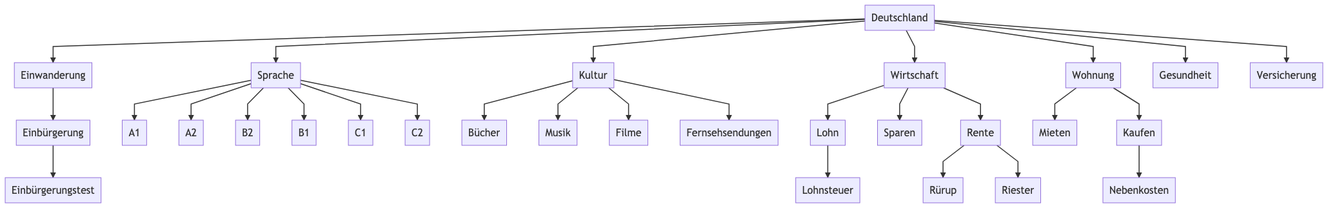
This is resources/graph.png from marceloboeira/deutschland, a Mermaid export, as it was before one commit. Its source is kept beside it as resources/graph.mmd. Source of this version:
```mermaid
graph TD
  De[Deutschland]
  De --> Ewd[Einwanderung]
    Ewd --> Ebg[Einbürgerung]
      Ebg --> Ebgt[Einbürgerungstest]

  De --> Sp[Sprache]
    Sp --> A1
    Sp --> A2
    Sp --> B2
    Sp --> B1
    Sp --> C1
    Sp --> C2

  De --> Kt[Kultur]
    Kt --> KtBcr[Bücher]
    Kt --> KtMus[Musik]
    Kt --> KtFil[Filme]
    Kt --> KtFeh[Fernsehsendungen]

  De --> Wrs[Wirtschaft]
    Wrs --> Wrsl[Lohn]
			Wrsl --> Wrsls[Lohnsteuer]
		Wrs --> WrsSp[Sparen]
		Wrs --> WrsRn[Rente]
			WrsRn --> WrsRnRu[Rürup]
			WrsRn --> WrsRnRi[Riester]

  De --> Whng[Wohnung]
    Whng --> WhngMt[Mieten]
    Whng --> WhngKf[Kaufen]
      WhngKf --> WhngNk[Nebenkosten]

  De --> Gsht[Gesundheit]

  De --> Vrs[Versicherung]
```
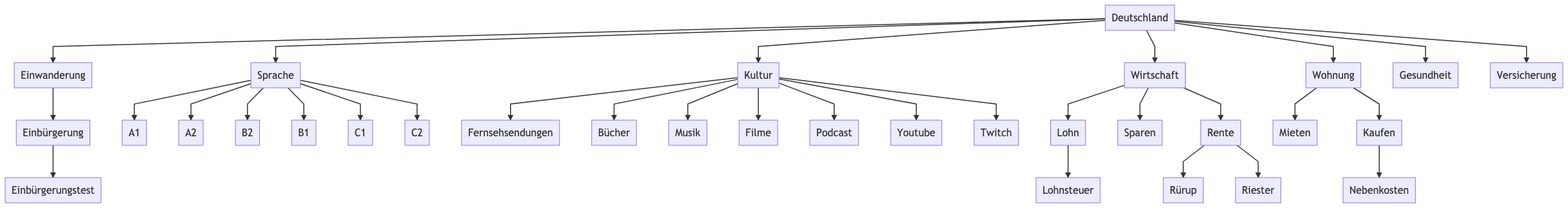
Above is the later version.

Change to the diagram source:
```diff
@@ -13,10 +13,13 @@
     Sp --> C2
 
   De --> Kt[Kultur]
+    Kt --> KtFeh[Fernsehsendungen]
     Kt --> KtBcr[Bücher]
     Kt --> KtMus[Musik]
     Kt --> KtFil[Filme]
-    Kt --> KtFeh[Fernsehsendungen]
+    Kt --> KtPod[Podcast]
+    Kt --> KtYoutube[Youtube]
+    Kt --> KtTwitch[Twitch]
 
   De --> Wrs[Wirtschaft]
     Wrs --> Wrsl[Lohn]
```
